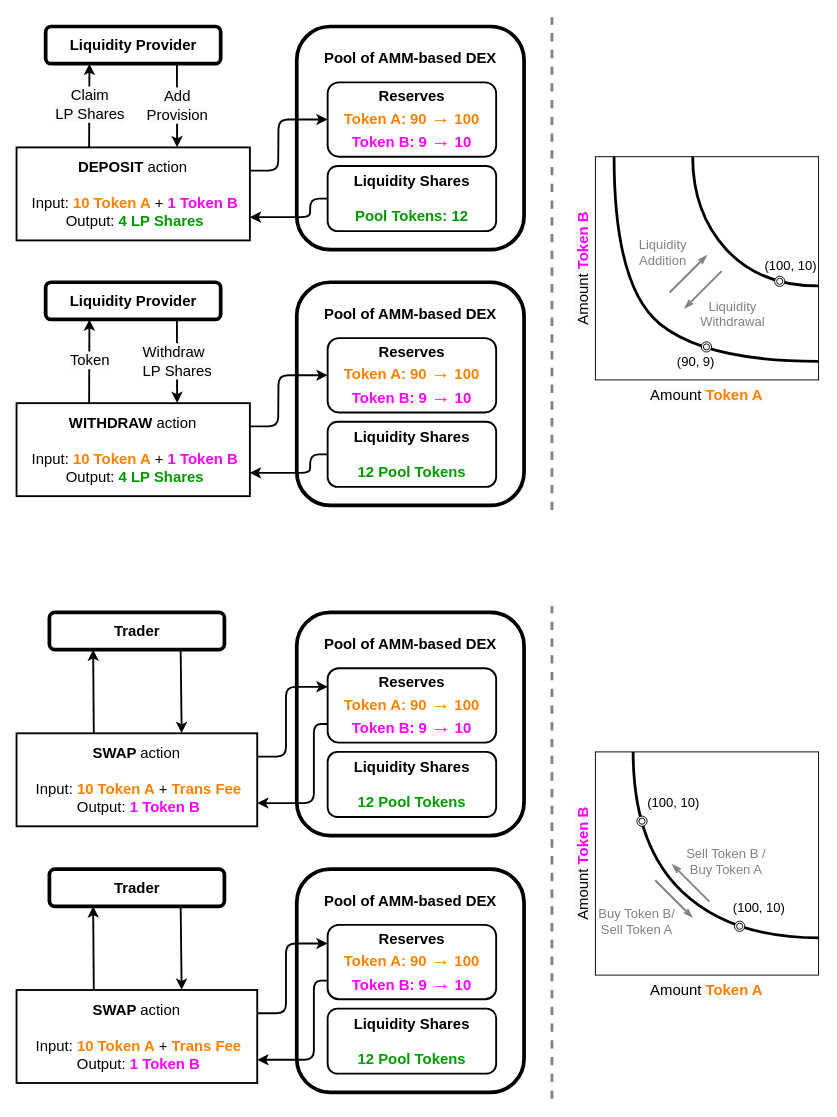
Earlier version of the draw.io diagram page "Page-2" (2 of 2) of assets/AMM mechanism.drawio (xujiahuayz/bondingcurves). Source tidied: cells renumbered, new cells numbered last; positions are measured from the earlier drawing's top-left corner, leaving out a move shared by most shapes. Both pictures are drawn from the tidied source at 93%, with x=0, y=0 at pixel (16, 17).
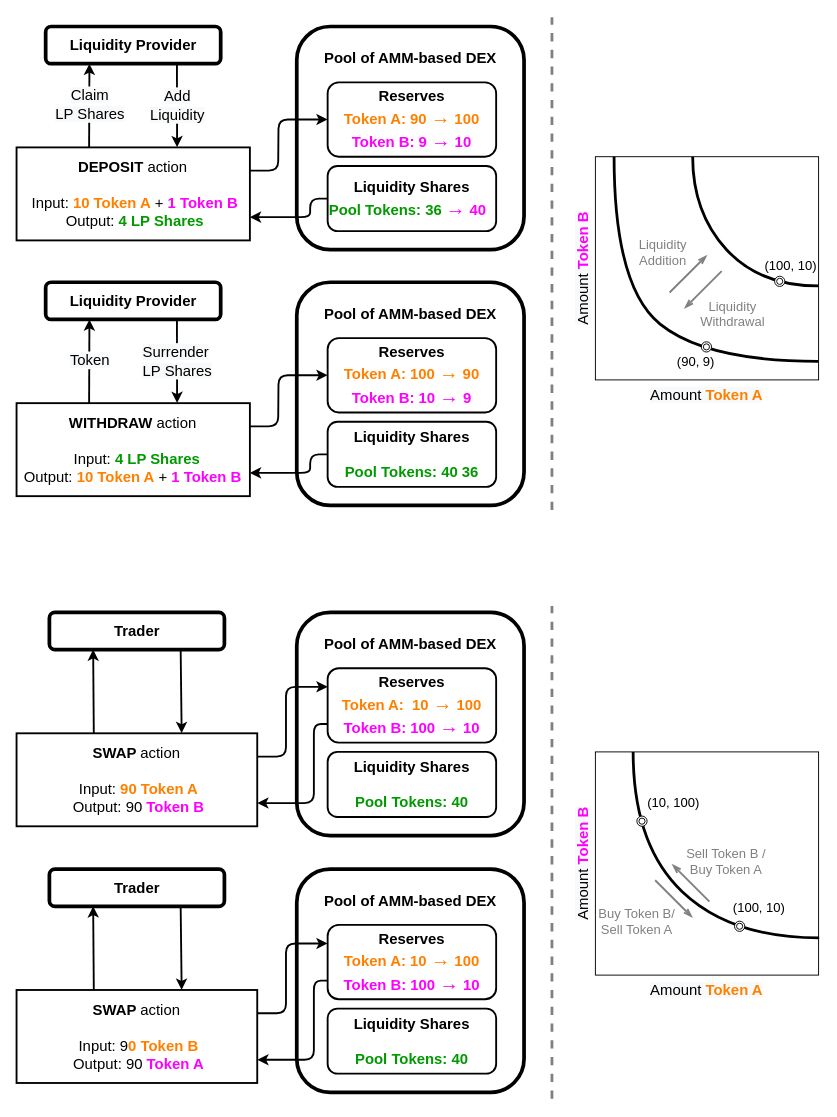
After the change.

Unchanged cells that the change refers to:
```xml
<mxCell id="3" value="&lt;b&gt;Liquidity Provider&lt;/b&gt;" style="rounded=1;whiteSpace=wrap;html=1;shadow=0;fontSize=16;strokeWidth=4;fillColor=none;gradientColor=none;" parent="1" vertex="1">
  <mxGeometry x="31.6" y="10" width="188.2" height="40" as="geometry" />
</mxCell>
<mxCell id="5" value="&lt;div&gt;&lt;b&gt;DEPOSIT &lt;/b&gt;action&lt;/div&gt;&lt;div&gt;&lt;br&gt;&lt;/div&gt;&lt;span style=&quot;text-align: left&quot;&gt;&amp;nbsp;Input: &lt;font color=&quot;#ff8000&quot;&gt;&lt;b&gt;10 Token A&lt;/b&gt;&lt;/font&gt;&lt;font color=&quot;#cc6600&quot;&gt; &lt;/font&gt;+ &lt;font color=&quot;#ff00ff&quot;&gt;&lt;b&gt;1 Token B&lt;/b&gt;&lt;/font&gt;&lt;/span&gt;&lt;br style=&quot;text-align: left&quot;&gt;&lt;span style=&quot;text-align: left&quot;&gt;&amp;nbsp;Output: &lt;font color=&quot;#009900&quot;&gt;&lt;b&gt;4 LP Shares&lt;/b&gt;&lt;/font&gt;&lt;/span&gt;" style="rounded=0;whiteSpace=wrap;html=1;shadow=0;fontSize=16;strokeWidth=2;fillColor=none;gradientColor=none;" parent="1" vertex="1">
  <mxGeometry x="0.3" y="140" width="250.9" height="100" as="geometry" />
</mxCell>
<mxCell id="44" value="&lt;b&gt;Liquidity Provider&lt;/b&gt;" style="rounded=1;whiteSpace=wrap;html=1;shadow=0;fontSize=16;strokeWidth=4;fillColor=none;gradientColor=none;" parent="1" vertex="1">
  <mxGeometry x="31.6" y="285" width="188.2" height="40" as="geometry" />
</mxCell>
```

Diff of the diagram source:
```diff
@@
-    <mxCell id="7" value="&lt;b&gt;Liquidity Shares&lt;br&gt;&lt;/b&gt;&lt;br&gt;&lt;font color=&quot;#009900&quot;&gt;&lt;b&gt;Pool Tokens: 12&lt;/b&gt;&lt;/font&gt;" style="rounded=1;whiteSpace=wrap;html=1;shadow=0;fontSize=16;strokeWidth=2;fillColor=none;gradientColor=none;" parent="1" vertex="1">
+    <mxCell id="7" value="&lt;b&gt;Liquidity Shares&lt;/b&gt;&lt;br&gt;&lt;font color=&quot;#009900&quot;&gt;&lt;b&gt;Pool Tokens: 36&amp;nbsp;&lt;/b&gt;&lt;/font&gt;&lt;span style=&quot;font-family: &amp;#34;arial unicode ms&amp;#34; , &amp;#34;lucida sans unicode&amp;#34; , sans-serif&quot;&gt;&lt;font color=&quot;#ff00ff&quot; style=&quot;font-size: 21px&quot;&gt;→&lt;/font&gt;&lt;/span&gt;&lt;b&gt;&lt;font color=&quot;#ff00ff&quot;&gt;&amp;nbsp;40&lt;/font&gt;&lt;/b&gt;&lt;font color=&quot;#009900&quot;&gt;&lt;b&gt;&amp;nbsp;&amp;nbsp;&lt;/b&gt;&lt;/font&gt;" style="rounded=1;whiteSpace=wrap;html=1;shadow=0;fontSize=16;strokeWidth=2;fillColor=none;gradientColor=none;" parent="1" vertex="1">
       <mxGeometry x="334.8" y="160" width="181.2" height="70" as="geometry" />
     </mxCell>
@@
-    <mxCell id="10" value="&lt;span style=&quot;text-align: left ; background-color: rgb(248 , 249 , 250)&quot;&gt;Add&lt;br&gt;Provision&lt;/span&gt;" style="endArrow=classic;html=1;rounded=0;fontSize=16;strokeWidth=2;entryX=0.688;entryY=-0.002;entryDx=0;entryDy=0;exitX=0.75;exitY=1;exitDx=0;exitDy=0;entryPerimeter=0;" parent="1" edge="1" source="3" target="5">
+    <mxCell id="10" value="&lt;span style=&quot;text-align: left ; background-color: rgb(248 , 249 , 250)&quot;&gt;Add&lt;br&gt;Liquidity&lt;/span&gt;" style="endArrow=classic;html=1;rounded=0;fontSize=16;strokeWidth=2;entryX=0.688;entryY=-0.002;entryDx=0;entryDy=0;exitX=0.75;exitY=1;exitDx=0;exitDy=0;entryPerimeter=0;" parent="1" edge="1" source="3" target="5">
       <mxGeometry relative="1" as="geometry" />
     </mxCell>
@@
-    <mxCell id="16" value="&lt;div&gt;&lt;b&gt;SWAP &lt;/b&gt;action&lt;/div&gt;&lt;div&gt;&lt;br&gt;&lt;/div&gt;&lt;span style=&quot;text-align: left&quot;&gt;&amp;nbsp;Input: &lt;font color=&quot;#ff8000&quot;&gt;&lt;b&gt;10 Token A&lt;/b&gt;&lt;/font&gt; + &lt;font color=&quot;#ff8000&quot;&gt;&lt;b&gt;Trans Fee&lt;/b&gt;&lt;/font&gt;&lt;/span&gt;&lt;br style=&quot;text-align: left&quot;&gt;&lt;span style=&quot;text-align: left&quot;&gt;&amp;nbsp;Output: &lt;font color=&quot;#ff00ff&quot;&gt;&lt;b&gt;1 Token B&lt;/b&gt;&lt;/font&gt;&lt;/span&gt;" style="rounded=0;whiteSpace=wrap;html=1;shadow=0;fontSize=16;strokeWidth=2;fillColor=none;gradientColor=none;" parent="1" vertex="1">
+    <mxCell id="16" value="&lt;div&gt;&lt;b&gt;SWAP &lt;/b&gt;action&lt;/div&gt;&lt;div&gt;&lt;br&gt;&lt;/div&gt;&lt;span style=&quot;text-align: left&quot;&gt;&amp;nbsp;Input: &lt;font color=&quot;#ff8000&quot;&gt;&lt;b&gt;90 Token A&lt;/b&gt;&lt;/font&gt;&lt;/span&gt;&lt;br style=&quot;text-align: left&quot;&gt;&lt;span style=&quot;text-align: left&quot;&gt;&amp;nbsp;Output: 90&lt;font color=&quot;#ff00ff&quot;&gt;&lt;b&gt;&amp;nbsp;Token B&lt;/b&gt;&lt;/font&gt;&lt;/span&gt;" style="rounded=0;whiteSpace=wrap;html=1;shadow=0;fontSize=16;strokeWidth=2;fillColor=none;gradientColor=none;" parent="1" vertex="1">
       <mxGeometry x="0.3" y="770" width="258.8" height="100" as="geometry" />
     </mxCell>
@@
-    <mxCell id="42" value="&lt;font color=&quot;#000000&quot; style=&quot;font-size: 14px&quot;&gt;(100, 10)&lt;/font&gt;" style="text;html=1;strokeColor=none;fillColor=none;align=center;verticalAlign=middle;whiteSpace=wrap;rounded=0;labelBackgroundColor=none;fontColor=#FFFFFF;" parent="1" vertex="1">
+    <mxCell id="42" value="&lt;font color=&quot;#000000&quot; style=&quot;font-size: 14px&quot;&gt;(10, 100)&lt;/font&gt;" style="text;html=1;strokeColor=none;fillColor=none;align=center;verticalAlign=middle;whiteSpace=wrap;rounded=0;labelBackgroundColor=none;fontColor=#FFFFFF;" parent="1" vertex="1">
       <mxGeometry x="677.2" y="830" width="60" height="30" as="geometry" />
     </mxCell>
@@
-    <mxCell id="46" value="&lt;div&gt;&lt;b&gt;WITHDRAW&amp;nbsp;&lt;/b&gt;action&lt;/div&gt;&lt;div&gt;&lt;br&gt;&lt;/div&gt;&lt;span style=&quot;text-align: left&quot;&gt;&amp;nbsp;Input: &lt;font color=&quot;#ff8000&quot;&gt;&lt;b&gt;10 Token A&lt;/b&gt;&lt;/font&gt;&lt;font color=&quot;#cc6600&quot;&gt; &lt;/font&gt;+ &lt;font color=&quot;#ff00ff&quot;&gt;&lt;b&gt;1 Token B&lt;/b&gt;&lt;/font&gt;&lt;/span&gt;&lt;br style=&quot;text-align: left&quot;&gt;&lt;span style=&quot;text-align: left&quot;&gt;&amp;nbsp;Output: &lt;font color=&quot;#009900&quot;&gt;&lt;b&gt;4 LP Shares&lt;/b&gt;&lt;/font&gt;&lt;/span&gt;" style="rounded=0;whiteSpace=wrap;html=1;shadow=0;fontSize=16;strokeWidth=2;fillColor=none;gradientColor=none;" parent="1" vertex="1">
+    <mxCell id="46" value="&lt;div&gt;&lt;b&gt;WITHDRAW&amp;nbsp;&lt;/b&gt;action&lt;/div&gt;&lt;div&gt;&lt;br&gt;&lt;/div&gt;&lt;span style=&quot;text-align: left&quot;&gt;&amp;nbsp;&lt;/span&gt;&lt;span style=&quot;text-align: left&quot;&gt;&amp;nbsp;Input:&amp;nbsp;&lt;/span&gt;&lt;font color=&quot;#009900&quot; style=&quot;text-align: left&quot;&gt;&lt;b&gt;4 LP Shares&lt;/b&gt;&lt;/font&gt;&lt;span style=&quot;text-align: left&quot;&gt;&lt;br&gt;Output: &lt;font color=&quot;#ff8000&quot;&gt;&lt;b&gt;10 Token A&lt;/b&gt;&lt;/font&gt;&lt;font color=&quot;#cc6600&quot;&gt; &lt;/font&gt;+ &lt;font color=&quot;#ff00ff&quot;&gt;&lt;b&gt;1 Token B&lt;/b&gt;&lt;/font&gt;&lt;/span&gt;" style="rounded=0;whiteSpace=wrap;html=1;shadow=0;fontSize=16;strokeWidth=2;fillColor=none;gradientColor=none;" parent="1" vertex="1">
       <mxGeometry x="0.3" y="415" width="250.9" height="100" as="geometry" />
     </mxCell>
-    <mxCell id="47" value="&lt;font&gt;&lt;b style=&quot;font-size: 16px&quot;&gt;Reserves&lt;/b&gt;&lt;br&gt;&lt;b style=&quot;font-size: 16px&quot;&gt;&lt;span style=&quot;color: rgb(255 , 128 , 0)&quot;&gt;Token A: 90&amp;nbsp;&lt;/span&gt;&lt;/b&gt;&lt;span style=&quot;font-family: &amp;#34;arial unicode ms&amp;#34; , &amp;#34;lucida sans unicode&amp;#34; , sans-serif&quot;&gt;&lt;font style=&quot;font-size: 21px&quot; color=&quot;#ff8000&quot;&gt;→&lt;/font&gt;&lt;/span&gt;&lt;b style=&quot;font-size: 16px&quot;&gt;&lt;span style=&quot;color: rgb(255 , 128 , 0)&quot;&gt;&amp;nbsp;100&lt;/span&gt;&lt;br&gt;&lt;font color=&quot;#ff00ff&quot; style=&quot;font-size: 16px&quot;&gt;Token B: 9&amp;nbsp;&lt;/font&gt;&lt;/b&gt;&lt;span style=&quot;font-family: &amp;#34;arial unicode ms&amp;#34; , &amp;#34;lucida sans unicode&amp;#34; , sans-serif&quot;&gt;&lt;font color=&quot;#ff00ff&quot; style=&quot;font-size: 21px&quot;&gt;→&lt;/font&gt;&lt;/span&gt;&lt;b style=&quot;font-size: 16px&quot;&gt;&lt;font color=&quot;#ff00ff&quot; style=&quot;font-size: 16px&quot;&gt;&amp;nbsp;10&lt;/font&gt;&lt;/b&gt;&lt;/font&gt;" style="rounded=1;whiteSpace=wrap;html=1;shadow=0;fontSize=16;strokeWidth=2;fillColor=none;gradientColor=none;" parent="1" vertex="1">
+    <mxCell id="47" value="&lt;font&gt;&lt;b style=&quot;font-size: 16px&quot;&gt;Reserves&lt;/b&gt;&lt;br&gt;&lt;b style=&quot;font-size: 16px&quot;&gt;&lt;span style=&quot;color: rgb(255 , 128 , 0)&quot;&gt;Token A: 100&amp;nbsp;&lt;/span&gt;&lt;/b&gt;&lt;span style=&quot;font-family: &amp;#34;arial unicode ms&amp;#34; , &amp;#34;lucida sans unicode&amp;#34; , sans-serif&quot;&gt;&lt;font style=&quot;font-size: 21px&quot; color=&quot;#ff8000&quot;&gt;→&lt;/font&gt;&lt;/span&gt;&lt;b style=&quot;font-size: 16px&quot;&gt;&lt;span style=&quot;color: rgb(255 , 128 , 0)&quot;&gt;&amp;nbsp;90&lt;/span&gt;&lt;br&gt;&lt;font color=&quot;#ff00ff&quot; style=&quot;font-size: 16px&quot;&gt;Token B: 10&amp;nbsp;&lt;/font&gt;&lt;/b&gt;&lt;span style=&quot;font-family: &amp;#34;arial unicode ms&amp;#34; , &amp;#34;lucida sans unicode&amp;#34; , sans-serif&quot;&gt;&lt;font color=&quot;#ff00ff&quot; style=&quot;font-size: 21px&quot;&gt;→&lt;/font&gt;&lt;/span&gt;&lt;b style=&quot;font-size: 16px&quot;&gt;&lt;font color=&quot;#ff00ff&quot; style=&quot;font-size: 16px&quot;&gt;&amp;nbsp;9&lt;/font&gt;&lt;/b&gt;&lt;/font&gt;" style="rounded=1;whiteSpace=wrap;html=1;shadow=0;fontSize=16;strokeWidth=2;fillColor=none;gradientColor=none;" parent="1" vertex="1">
       <mxGeometry x="334.8" y="345" width="181.2" height="80" as="geometry" />
     </mxCell>
-    <mxCell id="48" value="&lt;b&gt;Liquidity Shares&lt;br&gt;&lt;/b&gt;&lt;br&gt;&lt;font color=&quot;#009900&quot;&gt;&lt;b&gt;12 Pool Tokens&lt;/b&gt;&lt;/font&gt;" style="rounded=1;whiteSpace=wrap;html=1;shadow=0;fontSize=16;strokeWidth=2;fillColor=none;gradientColor=none;" parent="1" vertex="1">
+    <mxCell id="48" value="&lt;b&gt;Liquidity Shares&lt;br&gt;&lt;/b&gt;&lt;br&gt;&lt;font color=&quot;#009900&quot;&gt;&lt;b&gt;Pool Tokens: 40 36&lt;/b&gt;&lt;/font&gt;" style="rounded=1;whiteSpace=wrap;html=1;shadow=0;fontSize=16;strokeWidth=2;fillColor=none;gradientColor=none;" parent="1" vertex="1">
       <mxGeometry x="334.8" y="435" width="181.2" height="70" as="geometry" />
     </mxCell>
@@
-    <mxCell id="51" value="&lt;div style=&quot;text-align: left&quot;&gt;&lt;span style=&quot;background-color: rgb(248 , 249 , 250)&quot;&gt;Withdraw&lt;/span&gt;&lt;/div&gt;&lt;div style=&quot;text-align: left&quot;&gt;&lt;span style=&quot;background-color: rgb(248 , 249 , 250)&quot;&gt;LP Shares&lt;/span&gt;&lt;/div&gt;" style="endArrow=classic;html=1;rounded=0;fontSize=16;strokeWidth=2;entryX=0.688;entryY=-0.002;entryDx=0;entryDy=0;exitX=0.75;exitY=1;exitDx=0;exitDy=0;entryPerimeter=0;" parent="1" edge="1" source="44" target="46">
+    <mxCell id="51" value="&lt;div style=&quot;text-align: left&quot;&gt;&lt;span style=&quot;background-color: rgb(248 , 249 , 250)&quot;&gt;Surrender&lt;/span&gt;&lt;/div&gt;&lt;div style=&quot;text-align: left&quot;&gt;&lt;span style=&quot;background-color: rgb(248 , 249 , 250)&quot;&gt;LP Shares&lt;/span&gt;&lt;/div&gt;" style="endArrow=classic;html=1;rounded=0;fontSize=16;strokeWidth=2;entryX=0.688;entryY=-0.002;entryDx=0;entryDy=0;exitX=0.75;exitY=1;exitDx=0;exitDy=0;entryPerimeter=0;" parent="1" edge="1" source="44" target="46">
       <mxGeometry relative="1" as="geometry" />
     </mxCell>
@@
-    <mxCell id="55" value="&lt;font&gt;&lt;b style=&quot;font-size: 16px&quot;&gt;Reserves&lt;/b&gt;&lt;br&gt;&lt;b style=&quot;font-size: 16px&quot;&gt;&lt;span style=&quot;color: rgb(255 , 128 , 0)&quot;&gt;Token A: 90&amp;nbsp;&lt;/span&gt;&lt;/b&gt;&lt;span style=&quot;font-family: &amp;#34;arial unicode ms&amp;#34; , &amp;#34;lucida sans unicode&amp;#34; , sans-serif&quot;&gt;&lt;font style=&quot;font-size: 21px&quot; color=&quot;#ff8000&quot;&gt;→&lt;/font&gt;&lt;/span&gt;&lt;b style=&quot;font-size: 16px&quot;&gt;&lt;span style=&quot;color: rgb(255 , 128 , 0)&quot;&gt;&amp;nbsp;100&lt;/span&gt;&lt;br&gt;&lt;font color=&quot;#ff00ff&quot; style=&quot;font-size: 16px&quot;&gt;Token B: 9&amp;nbsp;&lt;/font&gt;&lt;/b&gt;&lt;span style=&quot;font-family: &amp;#34;arial unicode ms&amp;#34; , &amp;#34;lucida sans unicode&amp;#34; , sans-serif&quot;&gt;&lt;font color=&quot;#ff00ff&quot; style=&quot;font-size: 21px&quot;&gt;→&lt;/font&gt;&lt;/span&gt;&lt;b style=&quot;font-size: 16px&quot;&gt;&lt;font color=&quot;#ff00ff&quot; style=&quot;font-size: 16px&quot;&gt;&amp;nbsp;10&lt;/font&gt;&lt;/b&gt;&lt;/font&gt;" style="rounded=1;whiteSpace=wrap;html=1;shadow=0;fontSize=16;strokeWidth=2;fillColor=none;gradientColor=none;" parent="1" vertex="1">
+    <mxCell id="55" value="&lt;font&gt;&lt;b style=&quot;font-size: 16px&quot;&gt;Reserves&lt;/b&gt;&lt;br&gt;&lt;b style=&quot;font-size: 16px&quot;&gt;&lt;span style=&quot;color: rgb(255 , 128 , 0)&quot;&gt;Token A:&amp;nbsp; 10&amp;nbsp;&lt;/span&gt;&lt;/b&gt;&lt;span style=&quot;font-family: &amp;#34;arial unicode ms&amp;#34; , &amp;#34;lucida sans unicode&amp;#34; , sans-serif&quot;&gt;&lt;font style=&quot;font-size: 21px&quot; color=&quot;#ff8000&quot;&gt;→&lt;/font&gt;&lt;/span&gt;&lt;b style=&quot;font-size: 16px&quot;&gt;&lt;span style=&quot;color: rgb(255 , 128 , 0)&quot;&gt;&amp;nbsp;100&lt;/span&gt;&lt;br&gt;&lt;font color=&quot;#ff00ff&quot; style=&quot;font-size: 16px&quot;&gt;Token B: 100&amp;nbsp;&lt;/font&gt;&lt;/b&gt;&lt;span style=&quot;font-family: &amp;#34;arial unicode ms&amp;#34; , &amp;#34;lucida sans unicode&amp;#34; , sans-serif&quot;&gt;&lt;font color=&quot;#ff00ff&quot; style=&quot;font-size: 21px&quot;&gt;→&lt;/font&gt;&lt;/span&gt;&lt;b style=&quot;font-size: 16px&quot;&gt;&lt;font color=&quot;#ff00ff&quot; style=&quot;font-size: 16px&quot;&gt;&amp;nbsp;10&lt;/font&gt;&lt;/b&gt;&lt;/font&gt;" style="rounded=1;whiteSpace=wrap;html=1;shadow=0;fontSize=16;strokeWidth=2;fillColor=none;gradientColor=none;" parent="1" vertex="1">
       <mxGeometry x="334.8" y="700" width="181.2" height="80" as="geometry" />
     </mxCell>
-    <mxCell id="56" value="&lt;b&gt;Liquidity Shares&lt;br&gt;&lt;/b&gt;&lt;br&gt;&lt;font color=&quot;#009900&quot;&gt;&lt;b&gt;12 Pool Tokens&lt;/b&gt;&lt;/font&gt;" style="rounded=1;whiteSpace=wrap;html=1;shadow=0;fontSize=16;strokeWidth=2;fillColor=none;gradientColor=none;" parent="1" vertex="1">
+    <mxCell id="56" value="&lt;b&gt;Liquidity Shares&lt;br&gt;&lt;/b&gt;&lt;br&gt;&lt;font color=&quot;#009900&quot;&gt;&lt;b&gt;Pool Tokens: 40&lt;/b&gt;&lt;/font&gt;" style="rounded=1;whiteSpace=wrap;html=1;shadow=0;fontSize=16;strokeWidth=2;fillColor=none;gradientColor=none;" parent="1" vertex="1">
       <mxGeometry x="334.8" y="790" width="181.2" height="70" as="geometry" />
     </mxCell>
@@
-    <mxCell id="58" value="&lt;div&gt;&lt;b&gt;SWAP &lt;/b&gt;action&lt;/div&gt;&lt;div&gt;&lt;br&gt;&lt;/div&gt;&lt;span style=&quot;text-align: left&quot;&gt;&amp;nbsp;Input: &lt;font color=&quot;#ff8000&quot;&gt;&lt;b&gt;10 Token A&lt;/b&gt;&lt;/font&gt; + &lt;font color=&quot;#ff8000&quot;&gt;&lt;b&gt;Trans Fee&lt;/b&gt;&lt;/font&gt;&lt;/span&gt;&lt;br style=&quot;text-align: left&quot;&gt;&lt;span style=&quot;text-align: left&quot;&gt;&amp;nbsp;Output: &lt;font color=&quot;#ff00ff&quot;&gt;&lt;b&gt;1 Token B&lt;/b&gt;&lt;/font&gt;&lt;/span&gt;" style="rounded=0;whiteSpace=wrap;html=1;shadow=0;fontSize=16;strokeWidth=2;fillColor=none;gradientColor=none;" parent="1" vertex="1">
+    <mxCell id="58" value="&lt;div&gt;&lt;b&gt;SWAP &lt;/b&gt;action&lt;/div&gt;&lt;div&gt;&lt;br&gt;&lt;/div&gt;&lt;span style=&quot;text-align: left&quot;&gt;&amp;nbsp;Input: 9&lt;font color=&quot;#ff8000&quot;&gt;&lt;b&gt;0 Token B&lt;/b&gt;&lt;/font&gt;&lt;/span&gt;&lt;br style=&quot;text-align: left&quot;&gt;&lt;span style=&quot;text-align: left&quot;&gt;&amp;nbsp;Output: 90&lt;font color=&quot;#ff00ff&quot;&gt;&lt;b&gt;&amp;nbsp;Token A&lt;/b&gt;&lt;/font&gt;&lt;/span&gt;" style="rounded=0;whiteSpace=wrap;html=1;shadow=0;fontSize=16;strokeWidth=2;fillColor=none;gradientColor=none;" parent="1" vertex="1">
       <mxGeometry x="0.3" y="1046" width="258.8" height="100" as="geometry" />
     </mxCell>
@@
-    <mxCell id="64" value="&lt;font&gt;&lt;b style=&quot;font-size: 16px&quot;&gt;Reserves&lt;/b&gt;&lt;br&gt;&lt;b style=&quot;font-size: 16px&quot;&gt;&lt;span style=&quot;color: rgb(255 , 128 , 0)&quot;&gt;Token A: 90&amp;nbsp;&lt;/span&gt;&lt;/b&gt;&lt;span style=&quot;font-family: &amp;#34;arial unicode ms&amp;#34; , &amp;#34;lucida sans unicode&amp;#34; , sans-serif&quot;&gt;&lt;font style=&quot;font-size: 21px&quot; color=&quot;#ff8000&quot;&gt;→&lt;/font&gt;&lt;/span&gt;&lt;b style=&quot;font-size: 16px&quot;&gt;&lt;span style=&quot;color: rgb(255 , 128 , 0)&quot;&gt;&amp;nbsp;100&lt;/span&gt;&lt;br&gt;&lt;font color=&quot;#ff00ff&quot; style=&quot;font-size: 16px&quot;&gt;Token B: 9&amp;nbsp;&lt;/font&gt;&lt;/b&gt;&lt;span style=&quot;font-family: &amp;#34;arial unicode ms&amp;#34; , &amp;#34;lucida sans unicode&amp;#34; , sans-serif&quot;&gt;&lt;font color=&quot;#ff00ff&quot; style=&quot;font-size: 21px&quot;&gt;→&lt;/font&gt;&lt;/span&gt;&lt;b style=&quot;font-size: 16px&quot;&gt;&lt;font color=&quot;#ff00ff&quot; style=&quot;font-size: 16px&quot;&gt;&amp;nbsp;10&lt;/font&gt;&lt;/b&gt;&lt;/font&gt;" style="rounded=1;whiteSpace=wrap;html=1;shadow=0;fontSize=16;strokeWidth=2;fillColor=none;gradientColor=none;" parent="1" vertex="1">
+    <mxCell id="64" value="&lt;font&gt;&lt;b style=&quot;font-size: 16px&quot;&gt;Reserves&lt;/b&gt;&lt;br&gt;&lt;b style=&quot;font-size: 16px&quot;&gt;&lt;span style=&quot;color: rgb(255 , 128 , 0)&quot;&gt;Token A: 10&amp;nbsp;&lt;/span&gt;&lt;/b&gt;&lt;span style=&quot;font-family: &amp;#34;arial unicode ms&amp;#34; , &amp;#34;lucida sans unicode&amp;#34; , sans-serif&quot;&gt;&lt;font style=&quot;font-size: 21px&quot; color=&quot;#ff8000&quot;&gt;→&lt;/font&gt;&lt;/span&gt;&lt;b style=&quot;font-size: 16px&quot;&gt;&lt;span style=&quot;color: rgb(255 , 128 , 0)&quot;&gt;&amp;nbsp;100&lt;/span&gt;&lt;br&gt;&lt;font color=&quot;#ff00ff&quot; style=&quot;font-size: 16px&quot;&gt;Token B: 100&amp;nbsp;&lt;/font&gt;&lt;/b&gt;&lt;span style=&quot;font-family: &amp;#34;arial unicode ms&amp;#34; , &amp;#34;lucida sans unicode&amp;#34; , sans-serif&quot;&gt;&lt;font color=&quot;#ff00ff&quot; style=&quot;font-size: 21px&quot;&gt;→&lt;/font&gt;&lt;/span&gt;&lt;b style=&quot;font-size: 16px&quot;&gt;&lt;font color=&quot;#ff00ff&quot; style=&quot;font-size: 16px&quot;&gt;&amp;nbsp;10&lt;/font&gt;&lt;/b&gt;&lt;/font&gt;" style="rounded=1;whiteSpace=wrap;html=1;shadow=0;fontSize=16;strokeWidth=2;fillColor=none;gradientColor=none;" parent="1" vertex="1">
       <mxGeometry x="334.8" y="976" width="181.2" height="80" as="geometry" />
     </mxCell>
-    <mxCell id="65" value="&lt;b&gt;Liquidity Shares&lt;br&gt;&lt;/b&gt;&lt;br&gt;&lt;font color=&quot;#009900&quot;&gt;&lt;b&gt;12 Pool Tokens&lt;/b&gt;&lt;/font&gt;" style="rounded=1;whiteSpace=wrap;html=1;shadow=0;fontSize=16;strokeWidth=2;fillColor=none;gradientColor=none;" parent="1" vertex="1">
+    <mxCell id="65" value="&lt;b&gt;Liquidity Shares&lt;br&gt;&lt;/b&gt;&lt;font color=&quot;#009900&quot;&gt;&lt;b&gt;&lt;br&gt;Pool Tokens: 40&lt;/b&gt;&lt;/font&gt;" style="rounded=1;whiteSpace=wrap;html=1;shadow=0;fontSize=16;strokeWidth=2;fillColor=none;gradientColor=none;" parent="1" vertex="1">
       <mxGeometry x="334.8" y="1066" width="181.2" height="70" as="geometry" />
     </mxCell>
```
